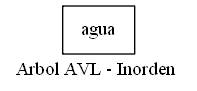
Before: EDD_Proyecto2/Reportes/ArbolInorden.png, a diagram exported from Graphviz (hr9457/EDD_1S2020_PY2_201314296). Its source is kept beside it as EDD_Proyecto2/ArchivosDot/ArbolInorden.dot.
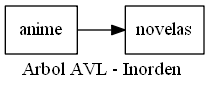
The same file after the commit.

The edit, as a diff of the source:
```diff
@@ -1,7 +1,8 @@
 digraph arbolinorden {
 node [shape = record];
 rankdir=LR;
-nodo0[label="agua"];
-nodo0;
+nodo0[label="anime"];
+nodo1[label="novelas"];
+nodo0->nodo1;
 label = "Arbol AVL - Inorden "
 }
```
